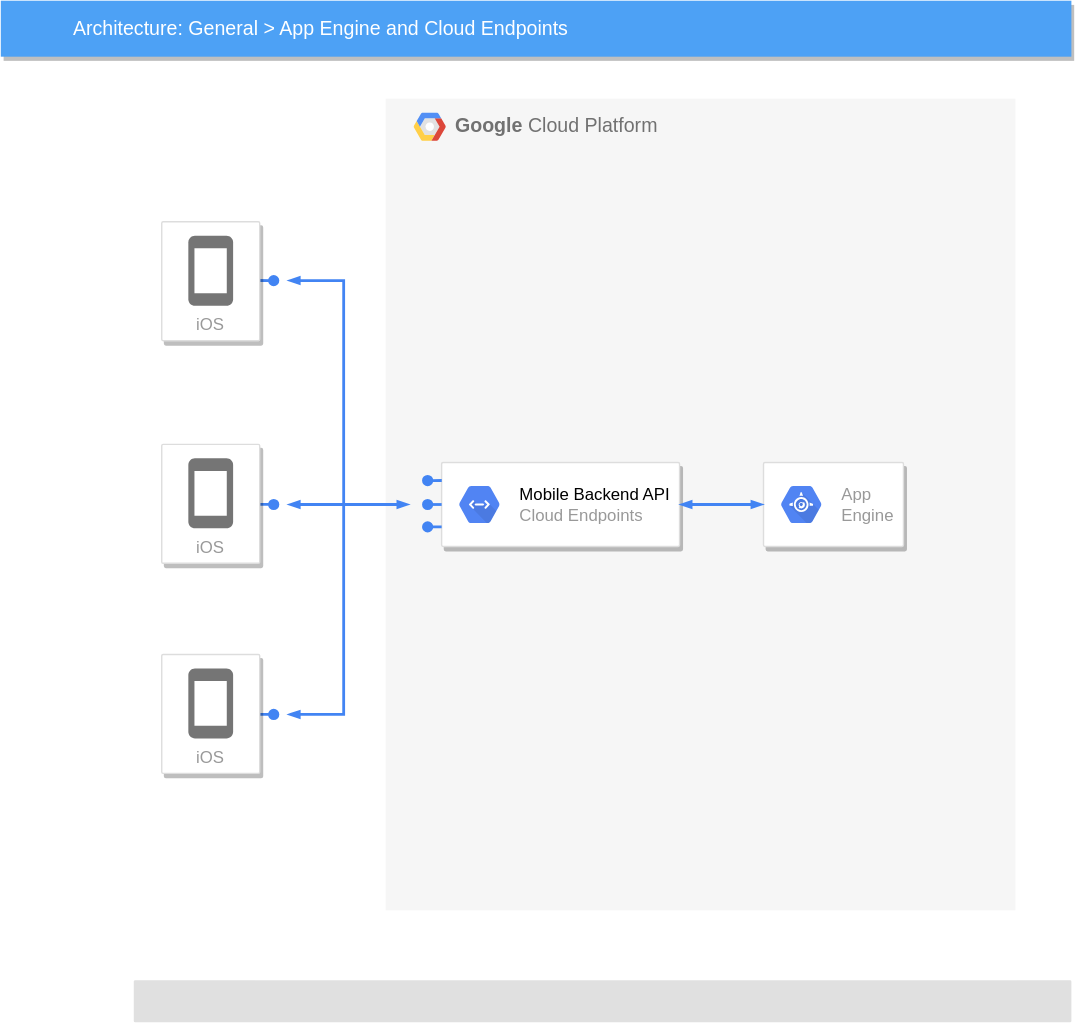
The draw.io diagram Untitled Diagram.drawio.svg in sc1994/Eva, before a commit. Source tidied: cells renumbered, new cells last; positions are measured from the earlier drawing's top-left corner, leaving out a move shared by most shapes. Its diagram source:
```xml
<mxGraphModel>
  <root>
    <mxCell id="0" />
    <mxCell id="1" parent="0" />
    <mxCell id="2" value="&lt;b&gt;Google &lt;/b&gt;Cloud Platform" style="fillColor=#F6F6F6;strokeColor=none;shadow=0;gradientColor=none;fontSize=14;align=left;spacing=10;fontColor=#717171;9E9E9E;verticalAlign=top;spacingTop=-4;fontStyle=0;spacingLeft=40;html=1;" parent="1" vertex="1">
      <mxGeometry x="275" y="70" width="450" height="580" as="geometry" />
    </mxCell>
    <mxCell id="3" style="shape=mxgraph.gcp2.google_cloud_platform;fillColor=#F6F6F6;strokeColor=none;shadow=0;gradientColor=none;" parent="2" vertex="1">
      <mxGeometry width="23" height="20" relative="1" as="geometry">
        <mxPoint x="20" y="10" as="offset" />
      </mxGeometry>
    </mxCell>
    <mxCell id="4" style="strokeColor=#dddddd;fillColor=#ffffff;shadow=1;strokeWidth=1;rounded=1;absoluteArcSize=1;arcSize=2;fontSize=14;fontColor=#808080;align=left;html=1;" parent="2" vertex="1">
      <mxGeometry x="270" y="260" width="100" height="60" as="geometry" />
    </mxCell>
    <mxCell id="5" value="App&#10;Engine" style="dashed=0;html=1;fillColor=#5184F3;strokeColor=none;shape=mxgraph.gcp2.hexIcon;prIcon=app_engine;labelPosition=right;verticalLabelPosition=middle;align=left;verticalAlign=middle;spacingLeft=5;fontColor=#999999;fontSize=12;" parent="4" vertex="1">
      <mxGeometry y="0.5" width="44" height="39" relative="1" as="geometry">
        <mxPoint x="5" y="-19.5" as="offset" />
      </mxGeometry>
    </mxCell>
    <mxCell id="6" value="Architecture: General &amp;gt; App Engine and Cloud Endpoints" style="fillColor=#4DA1F5;strokeColor=none;shadow=1;gradientColor=none;fontSize=14;align=left;spacingLeft=50;fontColor=#ffffff;html=1;" parent="1" vertex="1">
      <mxGeometry width="765" height="40" as="geometry" />
    </mxCell>
    <mxCell id="7" style="edgeStyle=elbowEdgeStyle;fontSize=12;html=1;endArrow=oval;endFill=1;rounded=0;strokeWidth=2;endSize=6;startSize=4;dashed=0;strokeColor=#4284F3;elbow=vertical;" parent="1" edge="1">
      <mxGeometry relative="1" as="geometry">
        <mxPoint x="185" y="200" as="sourcePoint" />
        <mxPoint x="195" y="200" as="targetPoint" />
      </mxGeometry>
    </mxCell>
    <mxCell id="8" style="edgeStyle=elbowEdgeStyle;fontSize=12;html=1;endArrow=oval;endFill=1;rounded=0;strokeWidth=2;endSize=6;startSize=4;dashed=0;strokeColor=#4284F3;elbow=vertical;" parent="1" edge="1">
      <mxGeometry relative="1" as="geometry">
        <mxPoint x="185" y="359.9" as="sourcePoint" />
        <mxPoint x="195" y="360" as="targetPoint" />
      </mxGeometry>
    </mxCell>
    <mxCell id="9" style="edgeStyle=elbowEdgeStyle;fontSize=12;html=1;endArrow=oval;endFill=1;rounded=0;strokeWidth=2;endSize=6;startSize=4;dashed=0;strokeColor=#4284F3;elbow=vertical;" parent="1" edge="1">
      <mxGeometry relative="1" as="geometry">
        <mxPoint x="185" y="510" as="sourcePoint" />
        <mxPoint x="195" y="510" as="targetPoint" />
      </mxGeometry>
    </mxCell>
    <mxCell id="10" style="strokeColor=#dddddd;fillColor=#ffffff;shadow=1;strokeWidth=1;rounded=1;absoluteArcSize=1;arcSize=2;fontSize=14;fontColor=#808080;align=left;html=1;" parent="1" vertex="1">
      <mxGeometry x="315" y="330" width="170" height="60" as="geometry" />
    </mxCell>
    <mxCell id="11" value="&lt;font color=&quot;#000000&quot;&gt;Mobile Backend API&lt;/font&gt;&lt;br&gt;Cloud Endpoints" style="dashed=0;html=1;fillColor=#5184F3;strokeColor=none;shape=mxgraph.gcp2.hexIcon;prIcon=cloud_endpoints;labelPosition=right;verticalLabelPosition=middle;align=left;verticalAlign=middle;spacingLeft=5;fontColor=#999999;fontSize=12;" parent="10" vertex="1">
      <mxGeometry y="0.5" width="44" height="39" relative="1" as="geometry">
        <mxPoint x="5" y="-19.5" as="offset" />
      </mxGeometry>
    </mxCell>
    <mxCell id="12" style="rounded=1;absoluteArcSize=1;arcSize=2;html=1;strokeColor=none;gradientColor=none;shadow=0;dashed=0;strokeColor=none;fontSize=12;fontColor=#9E9E9E;align=left;verticalAlign=top;spacing=10;spacingTop=-4;fillColor=#E0E0E0;" parent="1" vertex="1">
      <mxGeometry x="95" y="700" width="670" height="30" as="geometry" />
    </mxCell>
    <mxCell id="13" style="edgeStyle=orthogonalEdgeStyle;fontSize=12;html=1;endArrow=blockThin;endFill=1;rounded=0;strokeWidth=2;endSize=4;startSize=4;dashed=0;strokeColor=#4284F3;startArrow=blockThin;startFill=1;" parent="1" edge="1">
      <mxGeometry relative="1" as="geometry">
        <mxPoint x="205" y="360" as="sourcePoint" />
        <mxPoint x="292" y="360" as="targetPoint" />
        <Array as="points">
          <mxPoint x="245" y="360" />
          <mxPoint x="245" y="360" />
        </Array>
      </mxGeometry>
    </mxCell>
    <mxCell id="14" style="fontSize=12;html=1;endArrow=blockThin;endFill=1;rounded=0;strokeWidth=2;endSize=4;startSize=4;dashed=0;strokeColor=#4284F3;startArrow=blockThin;startFill=1;edgeStyle=orthogonalEdgeStyle;" parent="1" edge="1">
      <mxGeometry relative="1" as="geometry">
        <mxPoint x="205" y="200" as="sourcePoint" />
        <mxPoint x="205" y="510" as="targetPoint" />
        <Array as="points">
          <mxPoint x="245" y="200" />
          <mxPoint x="245" y="510" />
        </Array>
      </mxGeometry>
    </mxCell>
    <mxCell id="15" style="edgeStyle=orthogonalEdgeStyle;fontSize=12;html=1;endArrow=oval;endFill=1;rounded=0;strokeWidth=2;endSize=6;startSize=4;dashed=0;strokeColor=#4284F3;exitX=0;exitY=0.149;exitPerimeter=0;" parent="1" edge="1">
      <mxGeometry relative="1" as="geometry">
        <mxPoint x="315.1" y="342.9" as="sourcePoint" />
        <mxPoint x="305" y="343" as="targetPoint" />
      </mxGeometry>
    </mxCell>
    <mxCell id="16" style="edgeStyle=orthogonalEdgeStyle;fontSize=12;html=1;endArrow=oval;endFill=1;rounded=0;strokeWidth=2;endSize=6;startSize=4;dashed=0;strokeColor=#4284F3;" parent="1" edge="1">
      <mxGeometry relative="1" as="geometry">
        <mxPoint x="315" y="360" as="sourcePoint" />
        <mxPoint x="305" y="359.9" as="targetPoint" />
      </mxGeometry>
    </mxCell>
    <mxCell id="17" style="edgeStyle=orthogonalEdgeStyle;fontSize=12;html=1;endArrow=oval;endFill=1;rounded=0;strokeWidth=2;endSize=6;startSize=4;dashed=0;strokeColor=#4284F3;" parent="1" edge="1">
      <mxGeometry relative="1" as="geometry">
        <mxPoint x="315" y="376" as="sourcePoint" />
        <mxPoint x="305" y="375.9" as="targetPoint" />
      </mxGeometry>
    </mxCell>
    <mxCell id="18" style="edgeStyle=orthogonalEdgeStyle;fontSize=12;html=1;endArrow=blockThin;endFill=1;rounded=0;strokeWidth=2;endSize=4;startSize=4;dashed=0;strokeColor=#4284F3;startArrow=blockThin;startFill=1;" parent="1" edge="1" source="10" target="4">
      <mxGeometry relative="1" as="geometry" />
    </mxCell>
    <mxCell id="19" value="iOS" style="strokeColor=#dddddd;fillColor=#ffffff;shadow=1;strokeWidth=1;rounded=1;absoluteArcSize=1;arcSize=2;labelPosition=center;verticalLabelPosition=middle;align=center;verticalAlign=bottom;spacingLeft=0;fontColor=#999999;fontSize=12;whiteSpace=wrap;spacingBottom=2;html=1;" parent="1" vertex="1">
      <mxGeometry x="115" y="158" width="70" height="85" as="geometry" />
    </mxCell>
    <mxCell id="20" style="dashed=0;html=1;fillColor=#757575;strokeColor=none;shape=mxgraph.gcp2.phone;" parent="19" vertex="1">
      <mxGeometry x="0.5" width="32" height="50" relative="1" as="geometry">
        <mxPoint x="-16" y="10" as="offset" />
      </mxGeometry>
    </mxCell>
    <mxCell id="21" value="iOS" style="strokeColor=#dddddd;fillColor=#ffffff;shadow=1;strokeWidth=1;rounded=1;absoluteArcSize=1;arcSize=2;labelPosition=center;verticalLabelPosition=middle;align=center;verticalAlign=bottom;spacingLeft=0;fontColor=#999999;fontSize=12;whiteSpace=wrap;spacingBottom=2;html=1;" parent="1" vertex="1">
      <mxGeometry x="115" y="317" width="70" height="85" as="geometry" />
    </mxCell>
    <mxCell id="22" style="dashed=0;html=1;fillColor=#757575;strokeColor=none;shape=mxgraph.gcp2.phone;" parent="21" vertex="1">
      <mxGeometry x="0.5" width="32" height="50" relative="1" as="geometry">
        <mxPoint x="-16" y="10" as="offset" />
      </mxGeometry>
    </mxCell>
    <mxCell id="23" value="iOS" style="strokeColor=#dddddd;fillColor=#ffffff;shadow=1;strokeWidth=1;rounded=1;absoluteArcSize=1;arcSize=2;labelPosition=center;verticalLabelPosition=middle;align=center;verticalAlign=bottom;spacingLeft=0;fontColor=#999999;fontSize=12;whiteSpace=wrap;spacingBottom=2;html=1;" parent="1" vertex="1">
      <mxGeometry x="115" y="467.1" width="70" height="85" as="geometry" />
    </mxCell>
    <mxCell id="24" style="dashed=0;html=1;fillColor=#757575;strokeColor=none;shape=mxgraph.gcp2.phone;" parent="23" vertex="1">
      <mxGeometry x="0.5" width="32" height="50" relative="1" as="geometry">
        <mxPoint x="-16" y="10" as="offset" />
      </mxGeometry>
    </mxCell>
  </root>
</mxGraphModel>
```
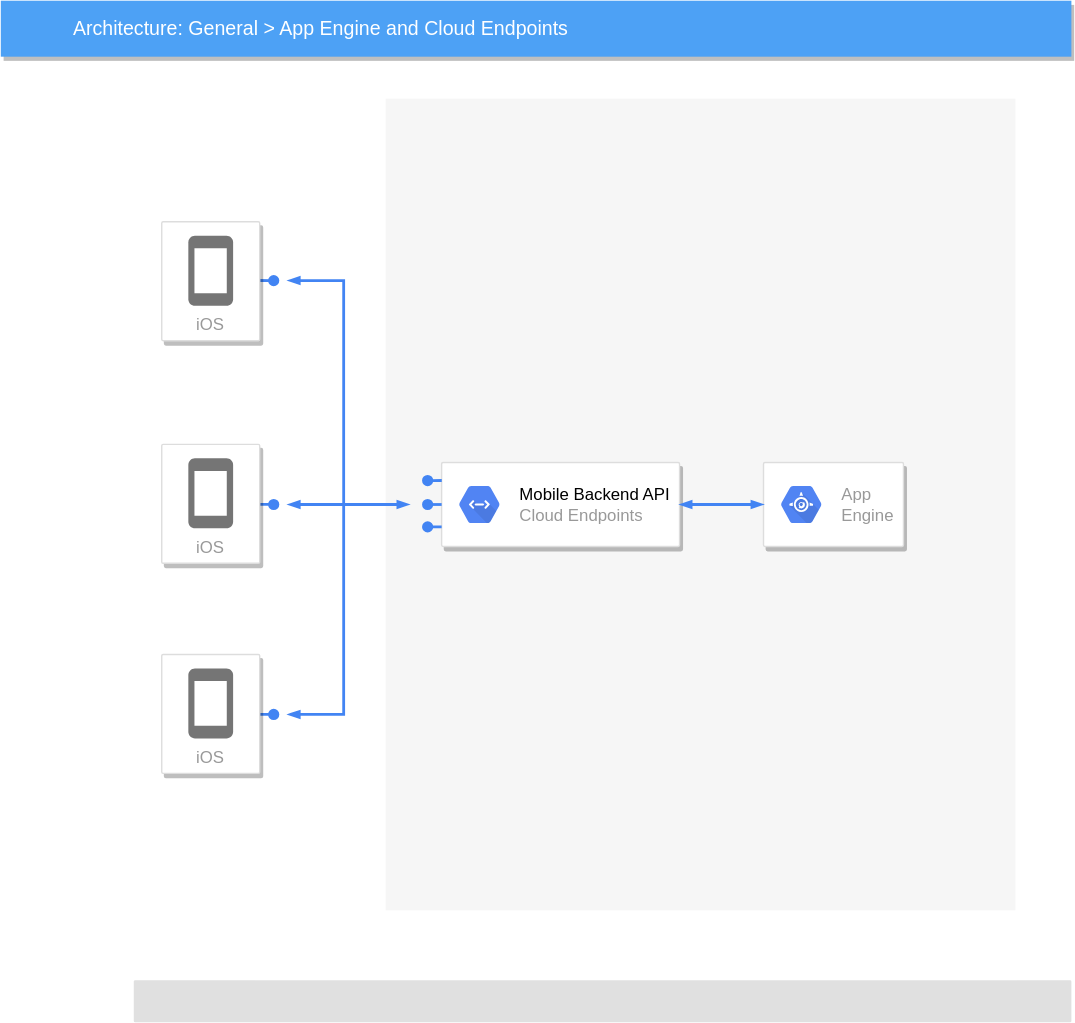
After the commit.

The edit, as a diff of the source:
```diff
@@ -2,14 +2,9 @@
   <root>
     <mxCell id="0" />
     <mxCell id="1" parent="0" />
-    <mxCell id="2" value="&lt;b&gt;Google &lt;/b&gt;Cloud Platform" style="fillColor=#F6F6F6;strokeColor=none;shadow=0;gradientColor=none;fontSize=14;align=left;spacing=10;fontColor=#717171;9E9E9E;verticalAlign=top;spacingTop=-4;fontStyle=0;spacingLeft=40;html=1;" parent="1" vertex="1">
+    <mxCell id="2" style="fillColor=#F6F6F6;strokeColor=none;shadow=0;gradientColor=none;fontSize=14;align=left;spacing=10;fontColor=#717171;9E9E9E;verticalAlign=top;spacingTop=-4;fontStyle=0;spacingLeft=40;html=1;" parent="1" vertex="1">
       <mxGeometry x="275" y="70" width="450" height="580" as="geometry" />
     </mxCell>
-    <mxCell id="3" style="shape=mxgraph.gcp2.google_cloud_platform;fillColor=#F6F6F6;strokeColor=none;shadow=0;gradientColor=none;" parent="2" vertex="1">
-      <mxGeometry width="23" height="20" relative="1" as="geometry">
-        <mxPoint x="20" y="10" as="offset" />
-      </mxGeometry>
-    </mxCell>
     <mxCell id="4" style="strokeColor=#dddddd;fillColor=#ffffff;shadow=1;strokeWidth=1;rounded=1;absoluteArcSize=1;arcSize=2;fontSize=14;fontColor=#808080;align=left;html=1;" parent="2" vertex="1">
       <mxGeometry x="270" y="260" width="100" height="60" as="geometry" />
     </mxCell>
```
